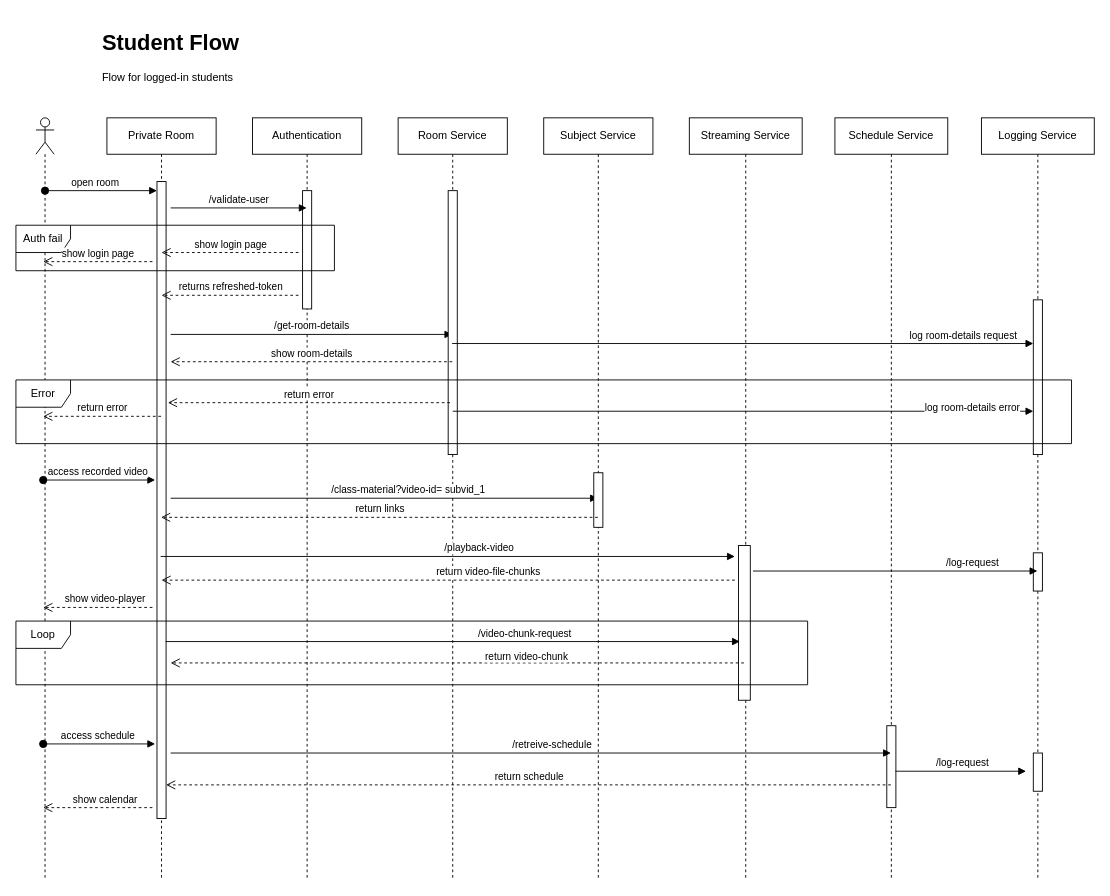
The draw.io diagram page "View Class | Student" (4 of 5) of docs/assets/Sequence Diagram.drawio in akshayvijaynair/music-academy-docs, before the edit. Source tidied: cells renumbered, new cells numbered last; positions are measured from the earlier drawing's top-left corner, leaving out a move shared by most shapes. Both pictures are drawn from the tidied source at 91%, with x=0, y=0 at pixel (15, 25).
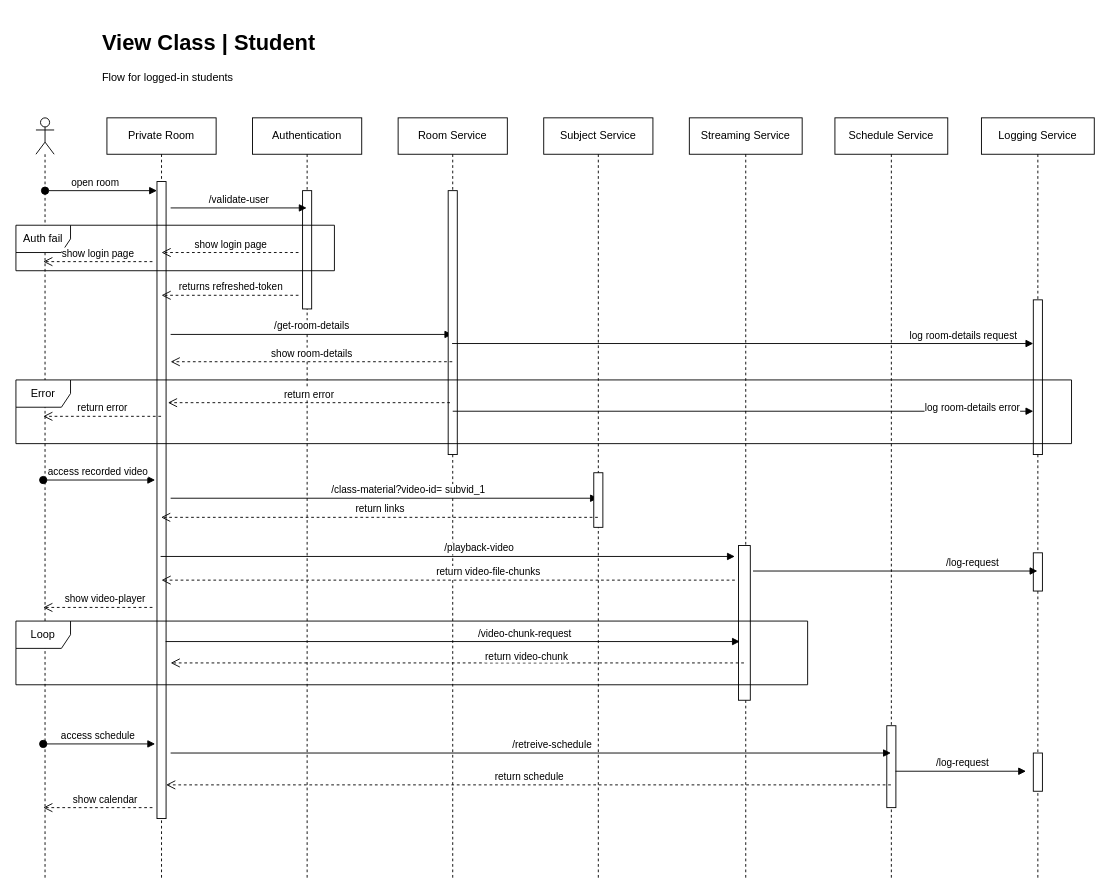
The same diagram, later.

Change to the diagram source:
```diff
@@
-    <mxCell id="8" value="&lt;h1&gt;Student Flow&lt;/h1&gt;&lt;div&gt;Flow for logged-in students&lt;/div&gt;" style="text;html=1;strokeColor=none;fillColor=none;spacing=5;spacingTop=-20;whiteSpace=wrap;overflow=hidden;rounded=0;" parent="1" vertex="1">
+    <mxCell id="8" value="&lt;h1&gt;View Class | Student&lt;/h1&gt;&lt;div&gt;Flow for logged-in students&lt;/div&gt;" style="text;html=1;strokeColor=none;fillColor=none;spacing=5;spacingTop=-20;whiteSpace=wrap;overflow=hidden;rounded=0;" parent="1" vertex="1">
       <mxGeometry x="90" width="690" height="80" as="geometry" />
     </mxCell>
```
